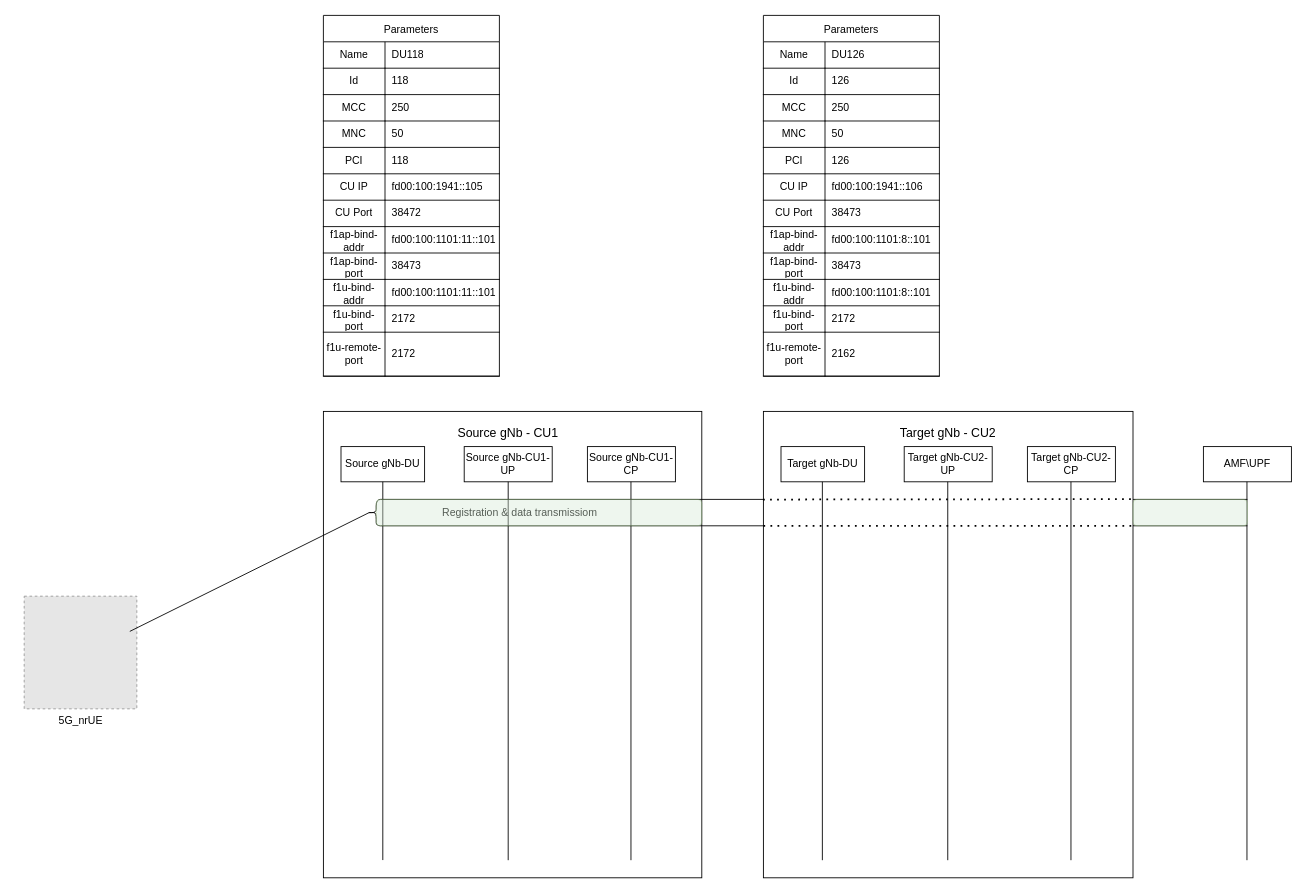
The draw.io diagram Inter_CU_Handover.drawio in fzybot/draw_io_schemes, before the edit. Source tidied: cells renumbered, new cells numbered last; positions are measured from the earlier drawing's top-left corner, leaving out a move shared by most shapes. Both pictures are drawn from the tidied source at 88%, with x=0, y=0 at pixel (24, 15). Pictures stored in the file or linked from it are replaced by grey dashed boxes.
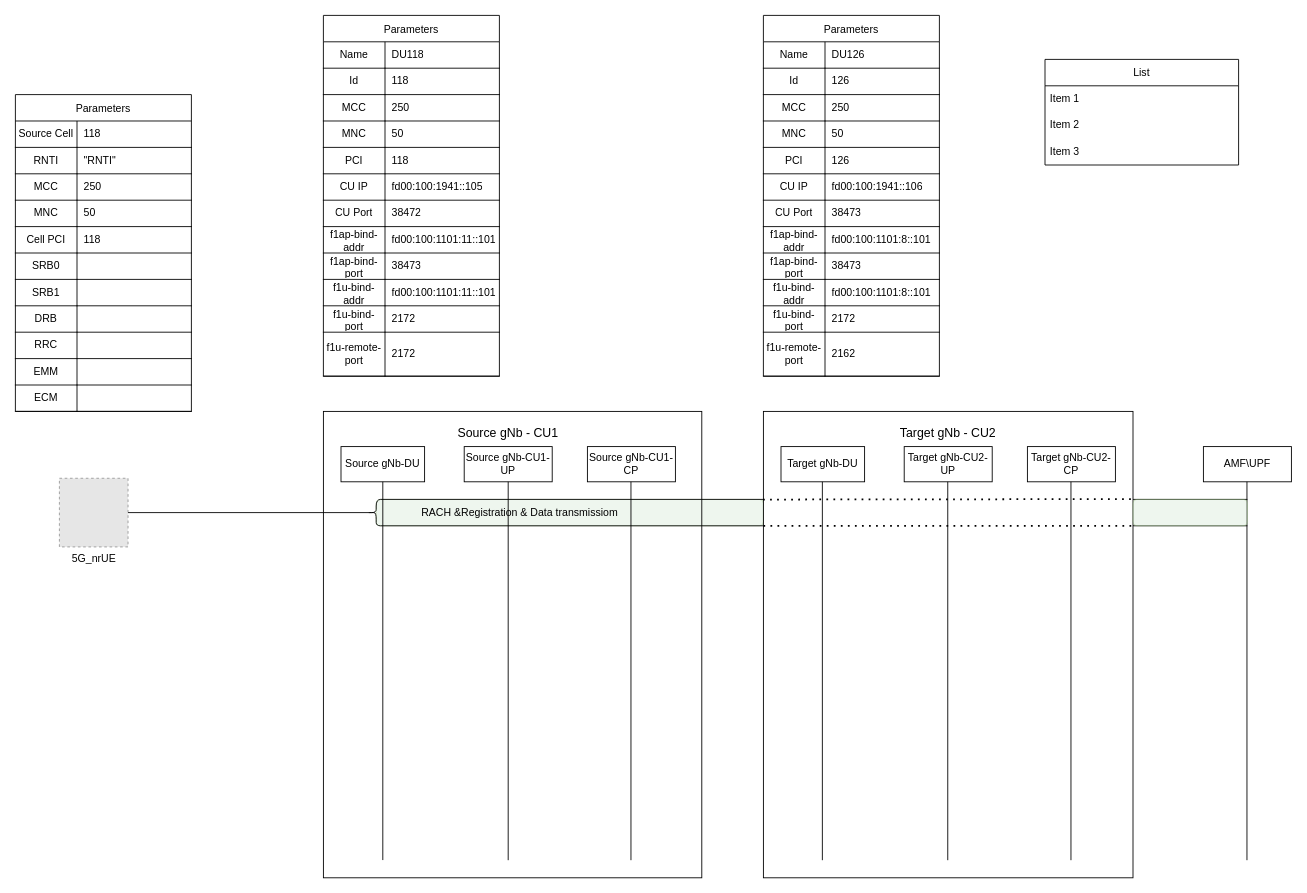
After the change.

Unchanged cells that the change refers to:
```xml
<mxCell id="102" style="shape=curlyBracket;whiteSpace=wrap;html=1;rounded=1;labelPosition=left;verticalLabelPosition=middle;align=right;verticalAlign=middle;" parent="1" vertex="1">
  <mxGeometry x="390" y="550" width="20" height="30" as="geometry" />
</mxCell>
```

Diff of the diagram source:
```diff
@@
+    <mxCell id="104" style="rounded=1;whiteSpace=wrap;html=1;fillColor=#d5e8d4;strokeColor=#82b366;opacity=40;shadow=0;" parent="1" vertex="1">
+      <mxGeometry x="400" y="550" width="440" height="30" as="geometry" />
+    </mxCell>
@@
-    <mxCell id="57" value="Parameters" style="shape=table;startSize=30;childLayout=tableLayout;rowLines=0;fontStyle=0;strokeColor=default;fontSize=12;labelBorderColor=none;columnLines=1;" parent="1" vertex="1">
+    <mxCell id="57" value="Parameters" style="shape=table;startSize=30;childLayout=tableLayout;rowLines=0;fontStyle=0;strokeColor=default;fontSize=12;labelBorderColor=none;columnLines=1;flipH=1;flipV=0;" parent="1" vertex="1">
       <mxGeometry x="840" width="200" height="410" as="geometry" />
     </mxCell>
@@
     <mxCell id="94" value="5G_nrUE" style="fillColor=#E6E6E6;strokeColor=#999999;dashed=1;html=1;verticalAlign=top;verticalLabelPosition=bottom;labelBackgroundColor=#ffffff;" parent="1" vertex="1">
-      <mxGeometry y="660" width="128" height="128" as="geometry" />
+      <mxGeometry x="40" y="526" width="78" height="78" as="geometry" />
     </mxCell>
@@
-    <mxCell id="101" style="endArrow=none;html=1;rounded=0;entryX=0.1;entryY=0.5;entryDx=0;entryDy=0;entryPerimeter=0;" parent="1" edge="1" target="102">
-      <mxGeometry relative="1" as="geometry">
-        <mxPoint x="120" y="700" as="sourcePoint" />
-      </mxGeometry>
+    <mxCell id="101" style="endArrow=none;html=1;rounded=0;entryX=0.1;entryY=0.5;entryDx=0;entryDy=0;entryPerimeter=0;exitX=1;exitY=0.5;exitDx=0;exitDy=0;" parent="1" edge="1" source="94" target="102">
+      <mxGeometry relative="1" as="geometry" />
     </mxCell>
@@
-    <mxCell id="103" value="Registration &amp;amp; data transmissiom&amp;nbsp;" style="text;html=1;strokeColor=none;fillColor=none;align=center;verticalAlign=middle;whiteSpace=wrap;rounded=0;" parent="1" vertex="1">
+    <mxCell id="103" value="RACH &amp;amp;Registration &amp;amp; Data transmissiom&amp;nbsp;" style="text;html=1;strokeColor=none;fillColor=none;align=center;verticalAlign=middle;whiteSpace=wrap;rounded=0;" parent="1" vertex="1">
       <mxGeometry x="430" y="550" width="270" height="30" as="geometry" />
     </mxCell>
-    <mxCell id="104" style="rounded=1;whiteSpace=wrap;html=1;fillColor=#d5e8d4;strokeColor=#82b366;opacity=40;" parent="1" vertex="1">
-      <mxGeometry x="400" y="550" width="370" height="30" as="geometry" />
-    </mxCell>
@@
+    <mxCell id="106" value="Parameters" style="shape=table;startSize=30;childLayout=tableLayout;rowLines=0;fontStyle=0;strokeColor=default;fontSize=12;labelBorderColor=none;columnLines=1;" parent="1" vertex="1">
+      <mxGeometry x="-10" y="90" width="200" height="360" as="geometry" />
+    </mxCell>
+    <mxCell id="107" style="shape=tableRow;horizontal=0;startSize=0;swimlaneHead=0;swimlaneBody=0;top=0;left=0;bottom=0;right=0;fillColor=none;strokeColor=inherit;fontSize=12;" parent="106" vertex="1">
+      <mxGeometry y="30" width="200" height="30" as="geometry" />
+    </mxCell>
+    <mxCell id="108" value="Source Cell" style="shape=partialRectangle;html=1;whiteSpace=wrap;fillColor=none;top=0;left=0;bottom=0;right=0;overflow=hidden;strokeColor=inherit;fontSize=12;" parent="107" vertex="1">
+      <mxGeometry width="70" height="30" as="geometry" />
+    </mxCell>
+    <mxCell id="109" value="118" style="shape=partialRectangle;html=1;whiteSpace=wrap;fillColor=none;top=0;left=0;bottom=0;right=0;align=left;spacingLeft=6;overflow=hidden;strokeColor=inherit;fontSize=12;" parent="107" vertex="1">
+      <mxGeometry x="70" width="130" height="30" as="geometry" />
+    </mxCell>
+    <mxCell id="110" style="shape=tableRow;horizontal=0;startSize=0;swimlaneHead=0;swimlaneBody=0;top=0;left=0;bottom=0;right=0;fillColor=none;strokeColor=inherit;fontSize=12;" parent="106" vertex="1">
+      <mxGeometry y="60" width="200" height="30" as="geometry" />
+    </mxCell>
+    <mxCell id="111" value="RNTI" style="shape=partialRectangle;html=1;whiteSpace=wrap;fillColor=none;top=1;left=0;bottom=1;right=0;overflow=hidden;strokeColor=inherit;fontSize=12;labelBorderColor=none;shadow=0;" parent="110" vertex="1">
+      <mxGeometry width="70" height="30" as="geometry" />
+    </mxCell>
+    <mxCell id="112" value="&quot;RNTI&quot;" style="shape=partialRectangle;html=1;whiteSpace=wrap;fillColor=none;top=1;left=0;bottom=1;right=0;align=left;spacingLeft=6;overflow=hidden;strokeColor=inherit;fontSize=12;" parent="110" vertex="1">
+      <mxGeometry x="70" width="130" height="30" as="geometry" />
+    </mxCell>
+    <mxCell id="113" style="shape=tableRow;horizontal=0;startSize=0;swimlaneHead=0;swimlaneBody=0;top=0;left=0;bottom=0;right=0;fillColor=none;strokeColor=inherit;fontSize=12;" parent="106" vertex="1">
+      <mxGeometry y="90" width="200" height="30" as="geometry" />
+    </mxCell>
+    <mxCell id="114" value="MCC" style="shape=partialRectangle;html=1;whiteSpace=wrap;fillColor=none;top=0;left=0;bottom=1;right=0;overflow=hidden;strokeColor=inherit;fontSize=12;" parent="113" vertex="1">
+      <mxGeometry width="70" height="30" as="geometry" />
+    </mxCell>
+    <mxCell id="115" value="250" style="shape=partialRectangle;html=1;whiteSpace=wrap;fillColor=none;top=0;left=0;bottom=1;right=0;align=left;spacingLeft=6;overflow=hidden;strokeColor=inherit;fontSize=12;" parent="113" vertex="1">
+      <mxGeometry x="70" width="130" height="30" as="geometry" />
+    </mxCell>
+    <mxCell id="116" style="shape=tableRow;horizontal=0;startSize=0;swimlaneHead=0;swimlaneBody=0;top=0;left=0;bottom=0;right=0;fillColor=none;strokeColor=inherit;fontSize=12;" parent="106" vertex="1">
+      <mxGeometry y="120" width="200" height="30" as="geometry" />
+    </mxCell>
+    <mxCell id="117" value="MNC" style="shape=partialRectangle;html=1;whiteSpace=wrap;fillColor=none;top=0;left=0;bottom=1;right=0;overflow=hidden;strokeColor=inherit;fontSize=12;" parent="116" vertex="1">
+      <mxGeometry width="70" height="30" as="geometry" />
+    </mxCell>
+    <mxCell id="118" value="50" style="shape=partialRectangle;html=1;whiteSpace=wrap;fillColor=none;top=0;left=0;bottom=1;right=0;align=left;spacingLeft=6;overflow=hidden;strokeColor=inherit;fontSize=12;" parent="116" vertex="1">
+      <mxGeometry x="70" width="130" height="30" as="geometry" />
+    </mxCell>
+    <mxCell id="119" style="shape=tableRow;horizontal=0;startSize=0;swimlaneHead=0;swimlaneBody=0;top=0;left=0;bottom=0;right=0;fillColor=none;strokeColor=inherit;fontSize=12;" parent="106" vertex="1">
+      <mxGeometry y="150" width="200" height="30" as="geometry" />
+    </mxCell>
+    <mxCell id="120" value="Cell PCI" style="shape=partialRectangle;html=1;whiteSpace=wrap;fillColor=none;top=0;left=0;bottom=1;right=0;overflow=hidden;strokeColor=inherit;fontSize=12;" parent="119" vertex="1">
+      <mxGeometry width="70" height="30" as="geometry" />
+    </mxCell>
+    <mxCell id="121" value="118" style="shape=partialRectangle;html=1;whiteSpace=wrap;fillColor=none;top=0;left=0;bottom=1;right=0;align=left;spacingLeft=6;overflow=hidden;strokeColor=inherit;fontSize=12;" parent="119" vertex="1">
+      <mxGeometry x="70" width="130" height="30" as="geometry" />
+    </mxCell>
+    <mxCell id="122" style="shape=tableRow;horizontal=0;startSize=0;swimlaneHead=0;swimlaneBody=0;top=0;left=0;bottom=0;right=0;fillColor=none;strokeColor=inherit;fontSize=12;" parent="106" vertex="1">
+      <mxGeometry y="180" width="200" height="30" as="geometry" />
+    </mxCell>
+    <mxCell id="123" value="SRB0" style="shape=partialRectangle;html=1;whiteSpace=wrap;fillColor=none;top=0;left=0;bottom=1;right=0;overflow=hidden;strokeColor=inherit;fontSize=12;" parent="122" vertex="1">
+      <mxGeometry width="70" height="30" as="geometry" />
+    </mxCell>
+    <mxCell id="124" style="shape=partialRectangle;html=1;whiteSpace=wrap;fillColor=none;top=0;left=0;bottom=1;right=0;align=left;spacingLeft=6;overflow=hidden;strokeColor=inherit;fontSize=12;" parent="122" vertex="1">
+      <mxGeometry x="70" width="130" height="30" as="geometry" />
+    </mxCell>
+    <mxCell id="125" style="shape=tableRow;horizontal=0;startSize=0;swimlaneHead=0;swimlaneBody=0;top=0;left=0;bottom=0;right=0;fillColor=none;strokeColor=inherit;fontSize=12;" parent="106" vertex="1">
+      <mxGeometry y="210" width="200" height="30" as="geometry" />
+    </mxCell>
+    <mxCell id="126" value="SRB1" style="shape=partialRectangle;html=1;whiteSpace=wrap;fillColor=none;top=0;left=0;bottom=1;right=0;overflow=hidden;strokeColor=inherit;fontSize=12;" parent="125" vertex="1">
+      <mxGeometry width="70" height="30" as="geometry" />
+    </mxCell>
+    <mxCell id="127" style="shape=partialRectangle;html=1;whiteSpace=wrap;fillColor=none;top=0;left=0;bottom=1;right=0;align=left;spacingLeft=6;overflow=hidden;strokeColor=inherit;fontSize=12;" parent="125" vertex="1">
+      <mxGeometry x="70" width="130" height="30" as="geometry" />
+    </mxCell>
+    <mxCell id="128" style="shape=tableRow;horizontal=0;startSize=0;swimlaneHead=0;swimlaneBody=0;top=0;left=0;bottom=0;right=0;fillColor=none;strokeColor=inherit;fontSize=12;" parent="106" vertex="1">
+      <mxGeometry y="240" width="200" height="30" as="geometry" />
+    </mxCell>
+    <mxCell id="129" value="DRB" style="shape=partialRectangle;html=1;whiteSpace=wrap;fillColor=none;top=0;left=0;bottom=1;right=0;overflow=hidden;strokeColor=inherit;fontSize=12;" parent="128" vertex="1">
+      <mxGeometry width="70" height="30" as="geometry" />
+    </mxCell>
+    <mxCell id="130" style="shape=partialRectangle;html=1;whiteSpace=wrap;fillColor=none;top=0;left=0;bottom=1;right=0;align=left;spacingLeft=6;overflow=hidden;strokeColor=inherit;fontSize=12;" parent="128" vertex="1">
+      <mxGeometry x="70" width="130" height="30" as="geometry" />
+    </mxCell>
+    <mxCell id="131" style="shape=tableRow;horizontal=0;startSize=0;swimlaneHead=0;swimlaneBody=0;top=0;left=0;bottom=0;right=0;fillColor=none;strokeColor=inherit;fontSize=12;" parent="106" vertex="1">
+      <mxGeometry y="270" width="200" height="30" as="geometry" />
+    </mxCell>
+    <mxCell id="132" value="RRC" style="shape=partialRectangle;html=1;whiteSpace=wrap;fillColor=none;top=0;left=0;bottom=1;right=0;overflow=hidden;strokeColor=inherit;fontSize=12;" parent="131" vertex="1">
+      <mxGeometry width="70" height="30" as="geometry" />
+    </mxCell>
+    <mxCell id="133" style="shape=partialRectangle;html=1;whiteSpace=wrap;fillColor=none;top=0;left=0;bottom=1;right=0;align=left;spacingLeft=6;overflow=hidden;strokeColor=inherit;fontSize=12;" parent="131" vertex="1">
+      <mxGeometry x="70" width="130" height="30" as="geometry" />
+    </mxCell>
+    <mxCell id="134" style="shape=tableRow;horizontal=0;startSize=0;swimlaneHead=0;swimlaneBody=0;top=0;left=0;bottom=0;right=0;fillColor=none;strokeColor=inherit;fontSize=12;" parent="106" vertex="1">
+      <mxGeometry y="300" width="200" height="30" as="geometry" />
+    </mxCell>
+    <mxCell id="135" value="EMM" style="shape=partialRectangle;html=1;whiteSpace=wrap;fillColor=none;top=0;left=0;bottom=1;right=0;overflow=hidden;strokeColor=inherit;fontSize=12;" parent="134" vertex="1">
+      <mxGeometry width="70" height="30" as="geometry" />
+    </mxCell>
+    <mxCell id="136" style="shape=partialRectangle;html=1;whiteSpace=wrap;fillColor=none;top=0;left=0;bottom=1;right=0;align=left;spacingLeft=6;overflow=hidden;strokeColor=inherit;fontSize=12;" parent="134" vertex="1">
+      <mxGeometry x="70" width="130" height="30" as="geometry" />
+    </mxCell>
+    <mxCell id="137" style="shape=tableRow;horizontal=0;startSize=0;swimlaneHead=0;swimlaneBody=0;top=0;left=0;bottom=0;right=0;fillColor=none;strokeColor=inherit;fontSize=12;" parent="106" vertex="1">
+      <mxGeometry y="330" width="200" height="30" as="geometry" />
+    </mxCell>
+    <mxCell id="138" value="ECM" style="shape=partialRectangle;html=1;whiteSpace=wrap;fillColor=none;top=0;left=0;bottom=1;right=0;overflow=hidden;strokeColor=inherit;fontSize=12;" parent="137" vertex="1">
+      <mxGeometry width="70" height="30" as="geometry" />
+    </mxCell>
+    <mxCell id="139" style="shape=partialRectangle;html=1;whiteSpace=wrap;fillColor=none;top=0;left=0;bottom=1;right=0;align=left;spacingLeft=6;overflow=hidden;strokeColor=inherit;fontSize=12;" parent="137" vertex="1">
+      <mxGeometry x="70" width="130" height="30" as="geometry" />
+    </mxCell>
+    <mxCell id="140" value="List" style="swimlane;fontStyle=0;horizontal=1;startSize=30;whiteSpace=wrap;html=1;" parent="1" vertex="1">
+      <mxGeometry x="1160" y="50" width="220" height="120" as="geometry" />
+    </mxCell>
+    <mxCell id="141" value="Item 1" style="text;strokeColor=none;fillColor=none;align=left;verticalAlign=middle;spacingLeft=4;spacingRight=4;overflow=hidden;whiteSpace=wrap;html=1;" parent="140" vertex="1">
+      <mxGeometry y="30" width="220" height="30" as="geometry" />
+    </mxCell>
+    <mxCell id="142" value="Item 2" style="text;strokeColor=none;fillColor=none;align=left;verticalAlign=middle;spacingLeft=4;spacingRight=4;overflow=hidden;whiteSpace=wrap;html=1;" parent="140" vertex="1">
+      <mxGeometry y="60" width="220" height="30" as="geometry" />
+    </mxCell>
+    <mxCell id="143" value="Item 3" style="text;strokeColor=none;fillColor=none;align=left;verticalAlign=middle;spacingLeft=4;spacingRight=4;overflow=hidden;whiteSpace=wrap;html=1;" parent="140" vertex="1">
+      <mxGeometry y="90" width="220" height="30" as="geometry" />
+    </mxCell>
```
